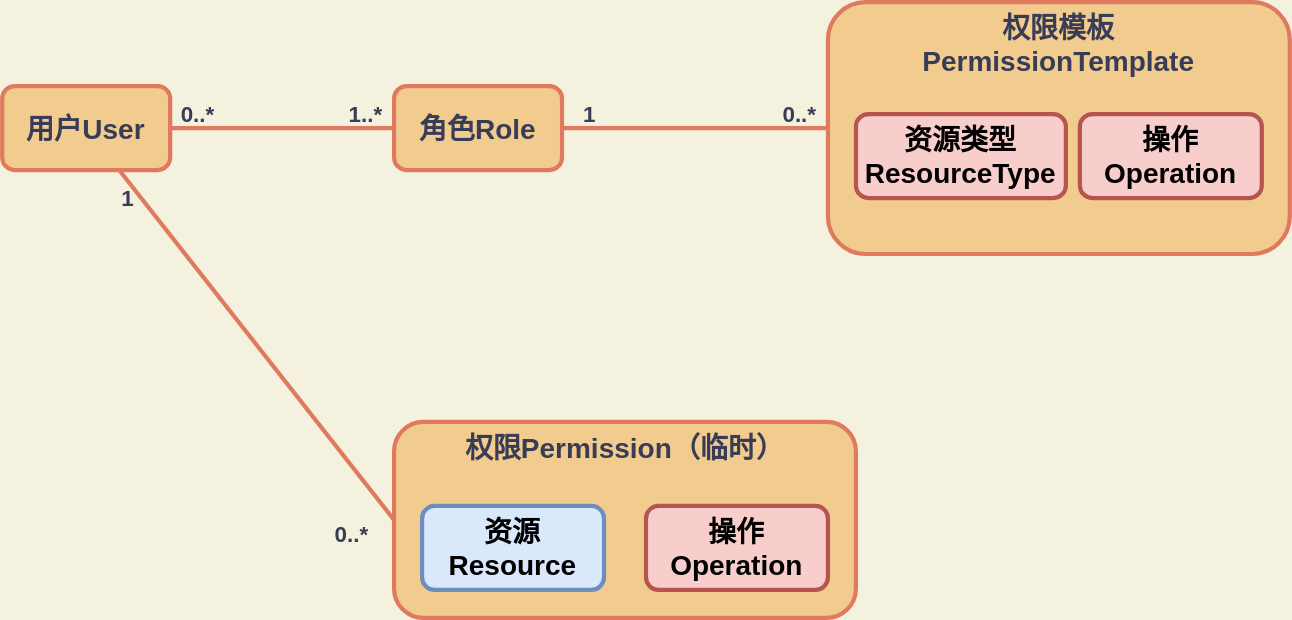
Before: src/main/resources/images/design/12_RBAC权限模型的落地.svg, a diagram exported from draw.io (Jinhua-Lee/Learning). Source tidied: cells renumbered, new cells last; positions are measured from the earlier drawing's top-left corner, leaving out a move shared by most shapes.
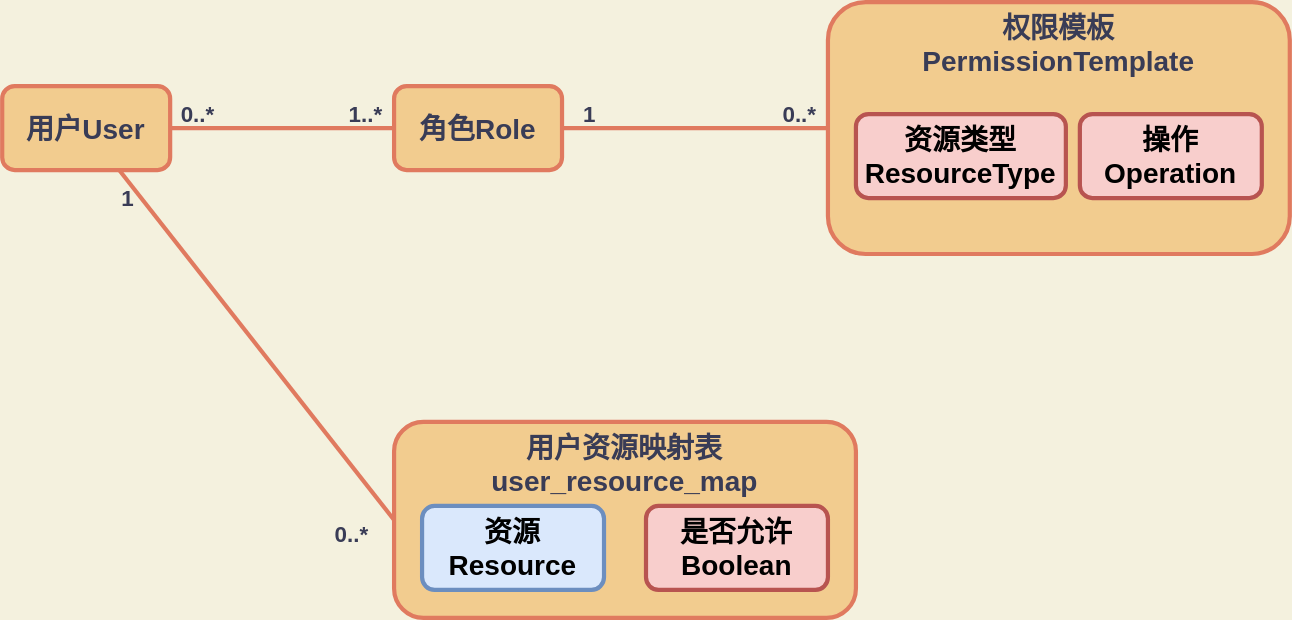
The same file after the commit.

Change to the diagram source:
```diff
@@ -32,7 +32,7 @@
     <mxCell id="11" value="&lt;font style=&quot;font-size: 16px&quot;&gt;&lt;b&gt;0..*&lt;/b&gt;&lt;/font&gt;" style="text;html=1;strokeColor=none;fillColor=none;align=center;verticalAlign=middle;whiteSpace=wrap;rounded=0;sketch=0;fontColor=#393C56;" parent="1" vertex="1">
       <mxGeometry x="550" y="70" width="40" height="20" as="geometry" />
     </mxCell>
-    <mxCell id="12" value="&lt;span style=&quot;font-size: 20px&quot;&gt;&lt;b&gt;权限Permission（临时）&lt;/b&gt;&lt;/span&gt;" style="rounded=1;whiteSpace=wrap;html=1;sketch=0;strokeColor=#E07A5F;fillColor=#F2CC8F;fontColor=#393C56;strokeWidth=3;verticalAlign=top;" parent="1" vertex="1">
+    <mxCell id="12" value="&lt;span style=&quot;font-size: 20px&quot;&gt;&lt;b&gt;用户资源映射表&lt;br&gt;user_resource_map&lt;/b&gt;&lt;/span&gt;" style="rounded=1;whiteSpace=wrap;html=1;sketch=0;strokeColor=#E07A5F;fillColor=#F2CC8F;fontColor=#393C56;strokeWidth=3;verticalAlign=top;" parent="1" vertex="1">
       <mxGeometry x="280" y="300" width="330" height="140" as="geometry" />
     </mxCell>
     <mxCell id="13" value="&lt;font style=&quot;font-size: 20px&quot;&gt;&lt;b&gt;资源类型&lt;br&gt;ResourceType&lt;br&gt;&lt;/b&gt;&lt;/font&gt;" style="rounded=1;whiteSpace=wrap;html=1;sketch=0;strokeColor=#b85450;fillColor=#f8cecc;strokeWidth=3;" parent="1" vertex="1">
@@ -44,7 +44,7 @@
     <mxCell id="15" value="&lt;font style=&quot;font-size: 20px&quot;&gt;&lt;b&gt;资源&lt;br&gt;Resource&lt;br&gt;&lt;/b&gt;&lt;/font&gt;" style="rounded=1;whiteSpace=wrap;html=1;sketch=0;strokeColor=#6c8ebf;fillColor=#dae8fc;strokeWidth=3;" parent="1" vertex="1">
       <mxGeometry x="300" y="360" width="130" height="60" as="geometry" />
     </mxCell>
-    <mxCell id="16" value="&lt;font style=&quot;font-size: 20px&quot;&gt;&lt;b&gt;操作&lt;br&gt;Operation&lt;br&gt;&lt;/b&gt;&lt;/font&gt;" style="rounded=1;whiteSpace=wrap;html=1;sketch=0;strokeColor=#b85450;fillColor=#f8cecc;strokeWidth=3;" parent="1" vertex="1">
+    <mxCell id="16" value="&lt;font style=&quot;font-size: 20px&quot;&gt;&lt;b&gt;是否允许&lt;br&gt;Boolean&lt;br&gt;&lt;/b&gt;&lt;/font&gt;" style="rounded=1;whiteSpace=wrap;html=1;sketch=0;strokeColor=#b85450;fillColor=#f8cecc;strokeWidth=3;" parent="1" vertex="1">
       <mxGeometry x="460" y="360" width="130" height="60" as="geometry" />
     </mxCell>
     <mxCell id="17" value="&lt;font style=&quot;font-size: 16px&quot;&gt;&lt;b&gt;1&lt;/b&gt;&lt;/font&gt;" style="text;html=1;strokeColor=none;fillColor=none;align=center;verticalAlign=middle;whiteSpace=wrap;rounded=0;sketch=0;fontColor=#393C56;" parent="1" vertex="1">
```
